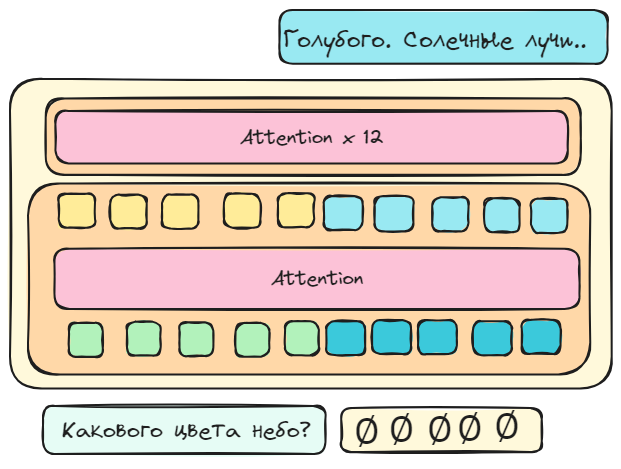
This is diplom/assets/ml/nlp/gpt.excalidraw.png from NMashalov/EducationGenerativeModelApplication, a Excalidraw export, as it was before one commit. Source tidied: one line per element, renumbered; positions are measured from the earlier drawing's top-left corner, leaving out a move shared by most shapes.
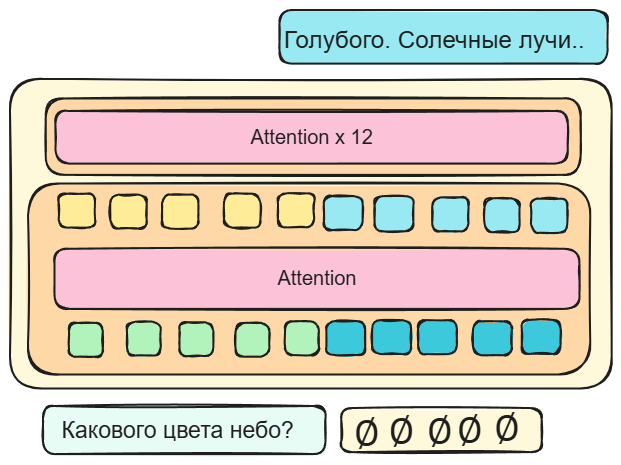
Later version of the same file.

Diff of the diagram source:
```diff
@@ -1,9 +1,9 @@
 {"id": 0, "type": "rectangle", "strokeColor": "#1e1e1e", "backgroundColor": "#e6fcf5", "fillStyle": "solid", "strokeWidth": 2, "roughness": 1, "round": true, "x": 33, "y": 396, "width": 282, "height": 48}
 {"id": 1, "type": "rectangle", "strokeColor": "#1e1e1e", "backgroundColor": "#fff9db", "fillStyle": "solid", "strokeWidth": 2, "roughness": 1, "round": true, "x": 0, "y": 69, "width": 602, "height": 310}
-{"id": 2, "type": "text", "text": "Какового цвета небо?", "strokeColor": "#1e1e1e", "strokeWidth": 2, "roughness": 1, "fontSize": 23.07, "fontFamily": 1, "x": 52, "y": 407, "width": 249, "height": 29}
+{"id": 2, "type": "text", "text": "Какового цвета небо?", "strokeColor": "#1e1e1e", "strokeWidth": 2, "roughness": 1, "fontSize": 23.07, "fontFamily": 2, "x": 52, "y": 407, "width": 232, "height": 27}
 {"id": 3, "type": "rectangle", "strokeColor": "#1e1e1e", "backgroundColor": "#ffd8a8", "fillStyle": "solid", "strokeWidth": 2, "roughness": 1, "round": true, "x": 18, "y": 174, "width": 562, "height": 191}
 {"id": 4, "type": "rectangle", "strokeColor": "#1e1e1e", "backgroundColor": "#99e9f2", "fillStyle": "solid", "strokeWidth": 2, "roughness": 1, "round": true, "x": 269, "y": 0, "width": 328, "height": 54}
-{"id": 5, "type": "text", "text": "Голубого. Солечные лучи..", "strokeColor": "#1e1e1e", "strokeWidth": 2, "roughness": 1, "fontSize": 24.27, "fontFamily": 1, "x": 274, "y": 16, "width": 303, "height": 30}
+{"id": 5, "type": "text", "text": "Голубого. Солечные лучи..", "strokeColor": "#1e1e1e", "strokeWidth": 2, "roughness": 1, "fontSize": 24.27, "fontFamily": 2, "x": 274, "y": 16, "width": 301, "height": 28}
 {"id": 6, "type": "rectangle", "strokeColor": "#1e1e1e", "backgroundColor": "#b2f2bb", "fillStyle": "solid", "strokeWidth": 2, "roughness": 1, "round": true, "x": 59, "y": 313, "width": 34, "height": 34}
 {"id": 7, "type": "rectangle", "strokeColor": "#1e1e1e", "backgroundColor": "#b2f2bb", "fillStyle": "solid", "strokeWidth": 2, "roughness": 1, "round": true, "x": 117, "y": 312, "width": 34, "height": 34}
 {"id": 8, "type": "rectangle", "strokeColor": "#1e1e1e", "backgroundColor": "#b2f2bb", "fillStyle": "solid", "strokeWidth": 2, "roughness": 1, "round": true, "x": 170, "y": 312, "width": 34, "height": 34}
@@ -16,9 +16,9 @@
 {"id": 15, "type": "rectangle", "strokeColor": "#1e1e1e", "backgroundColor": "#99e9f2", "fillStyle": "solid", "strokeWidth": 2, "roughness": 1, "round": true, "x": 521, "y": 189, "width": 36, "height": 34}
 {"id": 16, "type": "rectangle", "strokeColor": "#1e1e1e", "backgroundColor": "#ffd8a8", "fillStyle": "solid", "strokeWidth": 2, "roughness": 1, "round": true, "x": 36, "y": 88, "width": 535, "height": 76}
 {"id": 17, "type": "rectangle", "strokeColor": "#1e1e1e", "backgroundColor": "#fcc2d7", "fillStyle": "solid", "strokeWidth": 2, "roughness": 1, "round": true, "x": 44, "y": 239, "width": 525, "height": 60}
-{"id": 18, "type": "text", "text": "Attention", "strokeColor": "#1e1e1e", "backgroundColor": "#fcc2d7", "fillStyle": "solid", "strokeWidth": 2, "roughness": 1, "fontSize": 20, "fontFamily": 1, "textAlign": "center", "verticalAlign": "middle", "inside": 17, "x": 261, "y": 256, "width": 92, "height": 25}
+{"id": 18, "type": "text", "text": "Attention", "strokeColor": "#1e1e1e", "backgroundColor": "#fcc2d7", "fillStyle": "solid", "strokeWidth": 2, "roughness": 1, "fontSize": 20, "fontFamily": 2, "textAlign": "center", "verticalAlign": "middle", "inside": 17, "x": 267, "y": 257, "width": 79, "height": 23}
 {"id": 19, "type": "rectangle", "strokeColor": "#1e1e1e", "backgroundColor": "#fcc2d7", "fillStyle": "solid", "strokeWidth": 2, "roughness": 1, "round": true, "x": 45, "y": 101, "width": 512, "height": 53}
-{"id": 20, "type": "text", "text": "Attention x 12", "strokeColor": "#1e1e1e", "backgroundColor": "#fcc2d7", "fillStyle": "solid", "strokeWidth": 2, "roughness": 1, "fontSize": 20, "fontFamily": 1, "textAlign": "center", "verticalAlign": "middle", "inside": 19, "x": 230, "y": 115, "width": 143, "height": 25}
+{"id": 20, "type": "text", "text": "Attention x 12", "strokeColor": "#1e1e1e", "backgroundColor": "#fcc2d7", "fillStyle": "solid", "strokeWidth": 2, "roughness": 1, "fontSize": 20, "fontFamily": 2, "textAlign": "center", "verticalAlign": "middle", "inside": 19, "x": 240, "y": 116, "width": 122, "height": 23}
 {"id": 21, "type": "rectangle", "strokeColor": "#1e1e1e", "backgroundColor": "#ffec99", "fillStyle": "solid", "strokeWidth": 2, "roughness": 1, "round": true, "x": 49, "y": 184, "width": 36, "height": 34}
 {"id": 22, "type": "rectangle", "strokeColor": "#1e1e1e", "backgroundColor": "#ffec99", "fillStyle": "solid", "strokeWidth": 2, "roughness": 1, "round": true, "x": 100, "y": 185, "width": 36, "height": 34}
 {"id": 23, "type": "rectangle", "strokeColor": "#1e1e1e", "backgroundColor": "#ffec99", "fillStyle": "solid", "strokeWidth": 2, "roughness": 1, "round": true, "x": 152, "y": 185, "width": 36, "height": 34}
@@ -30,8 +30,8 @@
 {"id": 29, "type": "rectangle", "strokeColor": "#1e1e1e", "backgroundColor": "#3bc9db", "fillStyle": "solid", "strokeWidth": 2, "roughness": 1, "round": true, "x": 408, "y": 310, "width": 39, "height": 34}
 {"id": 30, "type": "rectangle", "strokeColor": "#1e1e1e", "backgroundColor": "#3bc9db", "fillStyle": "solid", "strokeWidth": 2, "roughness": 1, "round": true, "x": 463, "y": 311, "width": 39, "height": 34}
 {"id": 31, "type": "rectangle", "strokeColor": "#1e1e1e", "backgroundColor": "#3bc9db", "fillStyle": "solid", "strokeWidth": 2, "roughness": 1, "round": true, "x": 512, "y": 310, "width": 39, "height": 34}
-{"id": 32, "type": "text", "text": "∅", "strokeColor": "#1e1e1e", "backgroundColor": "#3bc9db", "fillStyle": "solid", "strokeWidth": 2, "roughness": 1, "fontSize": 40.69, "fontFamily": 1, "x": 344, "y": 399, "width": 26, "height": 51}
+{"id": 32, "type": "text", "text": "∅", "strokeColor": "#1e1e1e", "backgroundColor": "#3bc9db", "fillStyle": "solid", "strokeWidth": 2, "roughness": 1, "fontSize": 40.69, "fontFamily": 2, "x": 344, "y": 399, "width": 26, "height": 47}
-{"id": 33, "type": "text", "text": "∅", "strokeColor": "#1e1e1e", "backgroundColor": "#3bc9db", "fillStyle": "solid", "strokeWidth": 2, "roughness": 1, "fontSize": 40.69, "fontFamily": 1, "x": 378, "y": 397, "width": 26, "height": 51}
+{"id": 33, "type": "text", "text": "∅", "strokeColor": "#1e1e1e", "backgroundColor": "#3bc9db", "fillStyle": "solid", "strokeWidth": 2, "roughness": 1, "fontSize": 40.69, "fontFamily": 2, "x": 378, "y": 397, "width": 26, "height": 47}
-{"id": 34, "type": "text", "text": "∅", "strokeColor": "#1e1e1e", "backgroundColor": "#3bc9db", "fillStyle": "solid", "strokeWidth": 2, "roughness": 1, "fontSize": 40.69, "fontFamily": 1, "x": 417, "y": 397, "width": 26, "height": 51}
+{"id": 34, "type": "text", "text": "∅", "strokeColor": "#1e1e1e", "backgroundColor": "#3bc9db", "fillStyle": "solid", "strokeWidth": 2, "roughness": 1, "fontSize": 40.69, "fontFamily": 2, "x": 417, "y": 397, "width": 26, "height": 47}
-{"id": 35, "type": "text", "text": "∅", "strokeColor": "#1e1e1e", "backgroundColor": "#3bc9db", "fillStyle": "solid", "strokeWidth": 2, "roughness": 1, "fontSize": 40.69, "fontFamily": 1, "x": 447, "y": 396, "width": 26, "height": 51}
+{"id": 35, "type": "text", "text": "∅", "strokeColor": "#1e1e1e", "backgroundColor": "#3bc9db", "fillStyle": "solid", "strokeWidth": 2, "roughness": 1, "fontSize": 40.69, "fontFamily": 2, "x": 447, "y": 396, "width": 26, "height": 47}
-{"id": 36, "type": "text", "text": "∅", "strokeColor": "#1e1e1e", "backgroundColor": "#3bc9db", "fillStyle": "solid", "strokeWidth": 2, "roughness": 1, "fontSize": 40.69, "fontFamily": 1, "x": 484, "y": 394, "width": 26, "height": 51}
+{"id": 36, "type": "text", "text": "∅", "strokeColor": "#1e1e1e", "backgroundColor": "#3bc9db", "fillStyle": "solid", "strokeWidth": 2, "roughness": 1, "fontSize": 40.69, "fontFamily": 2, "x": 484, "y": 394, "width": 26, "height": 47}
```
